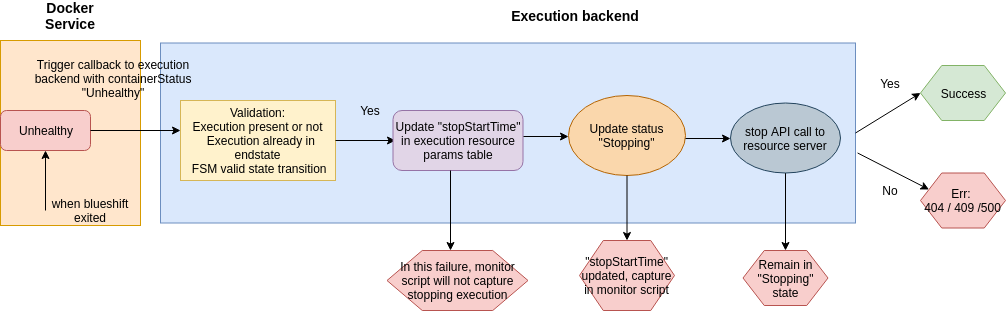
Earlier version of the draw.io export stop_unhealthy.png (prodipta/blueshift-resouce). Source tidied: cells renumbered, new cells last; positions are measured from the earlier drawing's top-left corner, leaving out a move shared by most shapes. Source of this version:
```xml
<mxGraphModel>
  <root>
    <mxCell id="0" />
    <mxCell id="1" parent="0" />
    <mxCell id="2" style="rounded=0;whiteSpace=wrap;html=1;fillColor=#dae8fc;strokeColor=#6c8ebf;" parent="1" vertex="1">
      <mxGeometry x="160" y="42.5" width="695" height="180" as="geometry" />
    </mxCell>
    <mxCell id="3" style="rounded=0;whiteSpace=wrap;html=1;fillColor=#ffe6cc;strokeColor=#d79b00;" parent="1" vertex="1">
      <mxGeometry y="40" width="140" height="185" as="geometry" />
    </mxCell>
    <mxCell id="4" value="Unhealthy" style="rounded=1;whiteSpace=wrap;html=1;fillColor=#f8cecc;strokeColor=#b85450;" parent="1" vertex="1">
      <mxGeometry y="110" width="90" height="40" as="geometry" />
    </mxCell>
    <mxCell id="5" style="endArrow=classic;html=1;entryX=0.5;entryY=1;entryDx=0;entryDy=0;" parent="1" edge="1" target="4">
      <mxGeometry relative="1" as="geometry">
        <mxPoint x="45" y="210" as="sourcePoint" />
      </mxGeometry>
    </mxCell>
    <mxCell id="6" value="when blueshift exited" style="text;html=1;strokeColor=none;fillColor=none;align=center;verticalAlign=middle;whiteSpace=wrap;rounded=0;" parent="1" vertex="1">
      <mxGeometry x="45" y="195" width="90" height="30" as="geometry" />
    </mxCell>
    <mxCell id="7" style="endArrow=classic;html=1;exitX=1;exitY=0.5;exitDx=0;exitDy=0;" parent="1" edge="1" source="4">
      <mxGeometry relative="1" as="geometry">
        <mxPoint x="180" y="130" as="targetPoint" />
      </mxGeometry>
    </mxCell>
    <mxCell id="8" value="Trigger callback to execution backend with containerStatus &quot;Unhealthy&quot;" style="text;html=1;strokeColor=none;fillColor=none;align=center;verticalAlign=middle;whiteSpace=wrap;rounded=0;" parent="1" vertex="1">
      <mxGeometry x="32.5" y="67.5" width="160" height="20" as="geometry" />
    </mxCell>
    <mxCell id="9" value="Validation:&lt;br&gt;Execution present or not&lt;br&gt;&amp;nbsp; Execution already in endstate&lt;br&gt;&amp;nbsp;FSM valid state transition" style="rounded=0;whiteSpace=wrap;html=1;fillColor=#fff2cc;strokeColor=#d6b656;" parent="1" vertex="1">
      <mxGeometry x="180" y="100" width="155" height="80" as="geometry" />
    </mxCell>
    <mxCell id="10" value="&lt;div&gt;Err: &lt;br&gt;&lt;/div&gt;&lt;div&gt;404 / 409 /500&lt;/div&gt;" style="shape=hexagon;perimeter=hexagonPerimeter2;whiteSpace=wrap;html=1;fillColor=#f8cecc;strokeColor=#b85450;" parent="1" vertex="1">
      <mxGeometry x="920" y="172.5" width="85" height="55" as="geometry" />
    </mxCell>
    <mxCell id="11" style="endArrow=classic;html=1;exitX=1;exitY=0.5;exitDx=0;exitDy=0;" parent="1" edge="1" source="9">
      <mxGeometry relative="1" as="geometry">
        <mxPoint x="395" y="140" as="targetPoint" />
      </mxGeometry>
    </mxCell>
    <mxCell id="12" value="Yes" style="text;html=1;strokeColor=none;fillColor=none;align=center;verticalAlign=middle;whiteSpace=wrap;rounded=0;" parent="1" vertex="1">
      <mxGeometry x="350" y="100" width="40" height="20" as="geometry" />
    </mxCell>
    <mxCell id="13" value="Execution backend" style="text;html=1;strokeColor=none;fillColor=none;align=center;verticalAlign=middle;whiteSpace=wrap;rounded=0;fontStyle=1;fontSize=14;" parent="1" vertex="1">
      <mxGeometry x="380" y="5" width="390" height="20" as="geometry" />
    </mxCell>
    <mxCell id="14" style="edgeStyle=orthogonalEdgeStyle;rounded=0;jettySize=auto;html=1;fontSize=14;" parent="1" edge="1" source="15">
      <mxGeometry relative="1" as="geometry">
        <mxPoint x="785" y="250" as="targetPoint" />
      </mxGeometry>
    </mxCell>
    <mxCell id="15" value="stop API call to resource server" style="ellipse;whiteSpace=wrap;html=1;fillColor=#bac8d3;strokeColor=#23445d;" parent="1" vertex="1">
      <mxGeometry x="730" y="102.5" width="110" height="70" as="geometry" />
    </mxCell>
    <mxCell id="16" value="Update &quot;stopStartTime&quot; in execution resource params table" style="rounded=1;whiteSpace=wrap;html=1;fillColor=#e1d5e7;strokeColor=#9673a6;" parent="1" vertex="1">
      <mxGeometry x="392.5" y="110" width="130" height="60" as="geometry" />
    </mxCell>
    <mxCell id="17" value="Success" style="shape=hexagon;perimeter=hexagonPerimeter2;whiteSpace=wrap;html=1;fillColor=#d5e8d4;strokeColor=#82b366;" parent="1" vertex="1">
      <mxGeometry x="920" y="65" width="85" height="55" as="geometry" />
    </mxCell>
    <mxCell id="18" value="Docker Service" style="text;html=1;strokeColor=none;fillColor=none;align=center;verticalAlign=middle;whiteSpace=wrap;rounded=0;fontStyle=1;fontSize=14;" parent="1" vertex="1">
      <mxGeometry x="30" width="80" height="30" as="geometry" />
    </mxCell>
    <mxCell id="19" style="endArrow=classic;html=1;entryX=0;entryY=0.25;entryDx=0;entryDy=0;exitX=1.003;exitY=0.611;exitDx=0;exitDy=0;exitPerimeter=0;" parent="1" edge="1" source="2" target="10">
      <mxGeometry relative="1" as="geometry" />
    </mxCell>
    <mxCell id="20" style="endArrow=classic;html=1;entryX=0;entryY=0.5;entryDx=0;entryDy=0;exitX=1;exitY=0.5;exitDx=0;exitDy=0;" parent="1" edge="1" source="2" target="17">
      <mxGeometry relative="1" as="geometry" />
    </mxCell>
    <mxCell id="21" value="Remain in &quot;Stopping&quot; state" style="shape=hexagon;perimeter=hexagonPerimeter2;whiteSpace=wrap;html=1;fillColor=#f8cecc;strokeColor=#b85450;" parent="1" vertex="1">
      <mxGeometry x="742.5" y="250" width="85" height="55" as="geometry" />
    </mxCell>
    <mxCell id="22" value="In this failure, monitor script will not capture stopping execution" style="shape=hexagon;perimeter=hexagonPerimeter2;whiteSpace=wrap;html=1;fillColor=#f8cecc;strokeColor=#b85450;" parent="1" vertex="1">
      <mxGeometry x="386.5" y="250" width="141" height="60" as="geometry" />
    </mxCell>
    <mxCell id="23" value="Update status &quot;Stopping&quot;" style="ellipse;whiteSpace=wrap;html=1;fillColor=#fad7ac;strokeColor=#b46504;" parent="1" vertex="1">
      <mxGeometry x="568" y="95" width="117" height="80" as="geometry" />
    </mxCell>
    <mxCell id="24" style="endArrow=classic;html=1;" parent="1" edge="1">
      <mxGeometry relative="1" as="geometry">
        <mxPoint x="523" y="136" as="sourcePoint" />
        <mxPoint x="568" y="136" as="targetPoint" />
      </mxGeometry>
    </mxCell>
    <mxCell id="25" value="Yes" style="text;html=1;strokeColor=none;fillColor=none;align=center;verticalAlign=middle;whiteSpace=wrap;rounded=0;" parent="1" vertex="1">
      <mxGeometry x="870" y="73" width="40" height="20" as="geometry" />
    </mxCell>
    <mxCell id="26" value="No" style="text;html=1;strokeColor=none;fillColor=none;align=center;verticalAlign=middle;whiteSpace=wrap;rounded=0;" parent="1" vertex="1">
      <mxGeometry x="870" y="180" width="40" height="20" as="geometry" />
    </mxCell>
    <mxCell id="27" value="&quot;stopStartTime&quot; updated, capture in monitor script" style="shape=hexagon;perimeter=hexagonPerimeter2;whiteSpace=wrap;html=1;fillColor=#f8cecc;strokeColor=#b85450;" parent="1" vertex="1">
      <mxGeometry x="579" y="240" width="95" height="70" as="geometry" />
    </mxCell>
    <mxCell id="28" style="edgeStyle=orthogonalEdgeStyle;rounded=0;jettySize=auto;html=1;fontSize=14;exitX=0.442;exitY=1;exitDx=0;exitDy=0;exitPerimeter=0;" parent="1" edge="1" source="16">
      <mxGeometry relative="1" as="geometry">
        <mxPoint x="450" y="250" as="targetPoint" />
      </mxGeometry>
    </mxCell>
    <mxCell id="29" style="endArrow=classic;html=1;exitX=0.5;exitY=1;exitDx=0;exitDy=0;entryX=0.5;entryY=0;entryDx=0;entryDy=0;" parent="1" edge="1" source="23" target="27">
      <mxGeometry relative="1" as="geometry" />
    </mxCell>
    <mxCell id="30" style="endArrow=classic;html=1;" parent="1" edge="1">
      <mxGeometry relative="1" as="geometry">
        <mxPoint x="685" y="138" as="sourcePoint" />
        <mxPoint x="730" y="138" as="targetPoint" />
      </mxGeometry>
    </mxCell>
  </root>
</mxGraphModel>
```
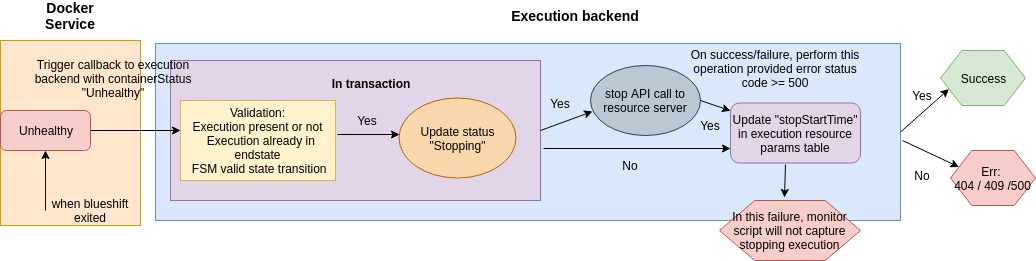
Later version of the same file.

Commit message:
updtae stop unhealthy trigger flow

What changed in the source:
```diff
@@ -3,8 +3,11 @@
     <mxCell id="0" />
     <mxCell id="1" parent="0" />
     <mxCell id="2" style="rounded=0;whiteSpace=wrap;html=1;fillColor=#dae8fc;strokeColor=#6c8ebf;" parent="1" vertex="1">
-      <mxGeometry x="160" y="42.5" width="695" height="180" as="geometry" />
+      <mxGeometry x="155" y="43" width="745" height="177" as="geometry" />
     </mxCell>
+    <mxCell id="31" style="rounded=0;whiteSpace=wrap;html=1;fillColor=#e1d5e7;strokeColor=#9673a6;" parent="1" vertex="1">
+      <mxGeometry x="170" y="60" width="370" height="140" as="geometry" />
+    </mxCell>
     <mxCell id="3" style="rounded=0;whiteSpace=wrap;html=1;fillColor=#ffe6cc;strokeColor=#d79b00;" parent="1" vertex="1">
       <mxGeometry y="40" width="140" height="185" as="geometry" />
     </mxCell>
@@ -31,79 +34,81 @@
       <mxGeometry x="180" y="100" width="155" height="80" as="geometry" />
     </mxCell>
     <mxCell id="10" value="&lt;div&gt;Err: &lt;br&gt;&lt;/div&gt;&lt;div&gt;404 / 409 /500&lt;/div&gt;" style="shape=hexagon;perimeter=hexagonPerimeter2;whiteSpace=wrap;html=1;fillColor=#f8cecc;strokeColor=#b85450;" parent="1" vertex="1">
-      <mxGeometry x="920" y="172.5" width="85" height="55" as="geometry" />
+      <mxGeometry x="950" y="150" width="85" height="55" as="geometry" />
     </mxCell>
-    <mxCell id="11" style="endArrow=classic;html=1;exitX=1;exitY=0.5;exitDx=0;exitDy=0;" parent="1" edge="1" source="9">
-      <mxGeometry relative="1" as="geometry">
-        <mxPoint x="395" y="140" as="targetPoint" />
-      </mxGeometry>
-    </mxCell>
     <mxCell id="12" value="Yes" style="text;html=1;strokeColor=none;fillColor=none;align=center;verticalAlign=middle;whiteSpace=wrap;rounded=0;" parent="1" vertex="1">
-      <mxGeometry x="350" y="100" width="40" height="20" as="geometry" />
+      <mxGeometry x="347" y="110" width="40" height="20" as="geometry" />
     </mxCell>
     <mxCell id="13" value="Execution backend" style="text;html=1;strokeColor=none;fillColor=none;align=center;verticalAlign=middle;whiteSpace=wrap;rounded=0;fontStyle=1;fontSize=14;" parent="1" vertex="1">
       <mxGeometry x="380" y="5" width="390" height="20" as="geometry" />
     </mxCell>
-    <mxCell id="14" style="edgeStyle=orthogonalEdgeStyle;rounded=0;jettySize=auto;html=1;fontSize=14;" parent="1" edge="1" source="15">
-      <mxGeometry relative="1" as="geometry">
-        <mxPoint x="785" y="250" as="targetPoint" />
-      </mxGeometry>
-    </mxCell>
     <mxCell id="15" value="stop API call to resource server" style="ellipse;whiteSpace=wrap;html=1;fillColor=#bac8d3;strokeColor=#23445d;" parent="1" vertex="1">
-      <mxGeometry x="730" y="102.5" width="110" height="70" as="geometry" />
+      <mxGeometry x="590" y="65" width="110" height="70" as="geometry" />
     </mxCell>
-    <mxCell id="16" value="Update &quot;stopStartTime&quot; in execution resource params table" style="rounded=1;whiteSpace=wrap;html=1;fillColor=#e1d5e7;strokeColor=#9673a6;" parent="1" vertex="1">
-      <mxGeometry x="392.5" y="110" width="130" height="60" as="geometry" />
-    </mxCell>
     <mxCell id="17" value="Success" style="shape=hexagon;perimeter=hexagonPerimeter2;whiteSpace=wrap;html=1;fillColor=#d5e8d4;strokeColor=#82b366;" parent="1" vertex="1">
-      <mxGeometry x="920" y="65" width="85" height="55" as="geometry" />
+      <mxGeometry x="940" y="50" width="85" height="55" as="geometry" />
     </mxCell>
     <mxCell id="18" value="Docker Service" style="text;html=1;strokeColor=none;fillColor=none;align=center;verticalAlign=middle;whiteSpace=wrap;rounded=0;fontStyle=1;fontSize=14;" parent="1" vertex="1">
       <mxGeometry x="30" width="80" height="30" as="geometry" />
     </mxCell>
-    <mxCell id="19" style="endArrow=classic;html=1;entryX=0;entryY=0.25;entryDx=0;entryDy=0;exitX=1.003;exitY=0.611;exitDx=0;exitDy=0;exitPerimeter=0;" parent="1" edge="1" source="2" target="10">
-      <mxGeometry relative="1" as="geometry" />
+    <mxCell id="19" style="endArrow=classic;html=1;entryX=0;entryY=0.25;entryDx=0;entryDy=0;" parent="1" edge="1" target="10">
+      <mxGeometry relative="1" as="geometry">
+        <mxPoint x="902" y="140" as="sourcePoint" />
+      </mxGeometry>
     </mxCell>
-    <mxCell id="20" style="endArrow=classic;html=1;entryX=0;entryY=0.5;entryDx=0;entryDy=0;exitX=1;exitY=0.5;exitDx=0;exitDy=0;" parent="1" edge="1" source="2" target="17">
+    <mxCell id="20" style="endArrow=classic;html=1;entryX=0;entryY=0.75;entryDx=0;entryDy=0;exitX=1;exitY=0.5;exitDx=0;exitDy=0;" parent="1" edge="1" source="2" target="17">
       <mxGeometry relative="1" as="geometry" />
     </mxCell>
-    <mxCell id="21" value="Remain in &quot;Stopping&quot; state" style="shape=hexagon;perimeter=hexagonPerimeter2;whiteSpace=wrap;html=1;fillColor=#f8cecc;strokeColor=#b85450;" parent="1" vertex="1">
-      <mxGeometry x="742.5" y="250" width="85" height="55" as="geometry" />
-    </mxCell>
     <mxCell id="22" value="In this failure, monitor script will not capture stopping execution" style="shape=hexagon;perimeter=hexagonPerimeter2;whiteSpace=wrap;html=1;fillColor=#f8cecc;strokeColor=#b85450;" parent="1" vertex="1">
-      <mxGeometry x="386.5" y="250" width="141" height="60" as="geometry" />
+      <mxGeometry x="719" y="200" width="141" height="60" as="geometry" />
     </mxCell>
     <mxCell id="23" value="Update status &quot;Stopping&quot;" style="ellipse;whiteSpace=wrap;html=1;fillColor=#fad7ac;strokeColor=#b46504;" parent="1" vertex="1">
-      <mxGeometry x="568" y="95" width="117" height="80" as="geometry" />
+      <mxGeometry x="398.5" y="97.5" width="117" height="80" as="geometry" />
     </mxCell>
-    <mxCell id="24" style="endArrow=classic;html=1;" parent="1" edge="1">
-      <mxGeometry relative="1" as="geometry">
-        <mxPoint x="523" y="136" as="sourcePoint" />
-        <mxPoint x="568" y="136" as="targetPoint" />
-      </mxGeometry>
-    </mxCell>
     <mxCell id="25" value="Yes" style="text;html=1;strokeColor=none;fillColor=none;align=center;verticalAlign=middle;whiteSpace=wrap;rounded=0;" parent="1" vertex="1">
-      <mxGeometry x="870" y="73" width="40" height="20" as="geometry" />
+      <mxGeometry x="902" y="85" width="40" height="20" as="geometry" />
     </mxCell>
     <mxCell id="26" value="No" style="text;html=1;strokeColor=none;fillColor=none;align=center;verticalAlign=middle;whiteSpace=wrap;rounded=0;" parent="1" vertex="1">
-      <mxGeometry x="870" y="180" width="40" height="20" as="geometry" />
+      <mxGeometry x="902" y="165" width="40" height="20" as="geometry" />
     </mxCell>
-    <mxCell id="27" value="&quot;stopStartTime&quot; updated, capture in monitor script" style="shape=hexagon;perimeter=hexagonPerimeter2;whiteSpace=wrap;html=1;fillColor=#f8cecc;strokeColor=#b85450;" parent="1" vertex="1">
-      <mxGeometry x="579" y="240" width="95" height="70" as="geometry" />
-    </mxCell>
-    <mxCell id="28" style="edgeStyle=orthogonalEdgeStyle;rounded=0;jettySize=auto;html=1;fontSize=14;exitX=0.442;exitY=1;exitDx=0;exitDy=0;exitPerimeter=0;" parent="1" edge="1" source="16">
-      <mxGeometry relative="1" as="geometry">
-        <mxPoint x="450" y="250" as="targetPoint" />
-      </mxGeometry>
-    </mxCell>
-    <mxCell id="29" style="endArrow=classic;html=1;exitX=0.5;exitY=1;exitDx=0;exitDy=0;entryX=0.5;entryY=0;entryDx=0;entryDy=0;" parent="1" edge="1" source="23" target="27">
-      <mxGeometry relative="1" as="geometry" />
-    </mxCell>
-    <mxCell id="30" style="endArrow=classic;html=1;" parent="1" edge="1">
-      <mxGeometry relative="1" as="geometry">
-        <mxPoint x="685" y="138" as="sourcePoint" />
-        <mxPoint x="730" y="138" as="targetPoint" />
-      </mxGeometry>
+    <mxCell id="30" style="endArrow=classic;html=1;exitX=1;exitY=0.5;exitDx=0;exitDy=0;" parent="1" edge="1" source="15" target="16">
+      <mxGeometry relative="1" as="geometry" />
     </mxCell>
+    <mxCell id="16" value="Update &quot;stopStartTime&quot; in execution resource params table" style="rounded=1;whiteSpace=wrap;html=1;fillColor=#e1d5e7;strokeColor=#9673a6;" parent="1" vertex="1">
+      <mxGeometry x="730" y="102.5" width="130" height="60" as="geometry" />
+    </mxCell>
+    <mxCell id="32" value="In transaction" style="text;html=1;strokeColor=none;fillColor=none;align=center;verticalAlign=middle;whiteSpace=wrap;rounded=0;fontStyle=1;" parent="1" vertex="1">
+      <mxGeometry x="320" y="73" width="100" height="20" as="geometry" />
+    </mxCell>
+    <mxCell id="33" style="endArrow=classic;html=1;exitX=1;exitY=0.5;exitDx=0;exitDy=0;entryX=0.018;entryY=0.657;entryDx=0;entryDy=0;entryPerimeter=0;" parent="1" edge="1" source="31" target="15">
+      <mxGeometry relative="1" as="geometry" />
+    </mxCell>
+    <mxCell id="34" style="endArrow=classic;html=1;exitX=0.423;exitY=1.025;exitDx=0;exitDy=0;entryX=0.461;entryY=-0.05;entryDx=0;entryDy=0;exitPerimeter=0;entryPerimeter=0;" parent="1" edge="1" source="16" target="22">
+      <mxGeometry relative="1" as="geometry" />
+    </mxCell>
+    <mxCell id="35" value="On success/failure, perform this operation provided error status code &amp;gt;= 500" style="text;html=1;strokeColor=none;fillColor=none;align=center;verticalAlign=middle;whiteSpace=wrap;rounded=0;" parent="1" vertex="1">
+      <mxGeometry x="685" y="57.5" width="180" height="20" as="geometry" />
+    </mxCell>
+    <mxCell id="36" style="endArrow=classic;html=1;" parent="1" edge="1">
+      <mxGeometry relative="1" as="geometry">
+        <mxPoint x="337" y="134" as="sourcePoint" />
+        <mxPoint x="399" y="134" as="targetPoint" />
+      </mxGeometry>
+    </mxCell>
+    <mxCell id="37" value="Yes" style="text;html=1;strokeColor=none;fillColor=none;align=center;verticalAlign=middle;whiteSpace=wrap;rounded=0;" parent="1" vertex="1">
+      <mxGeometry x="540" y="92.5" width="40" height="20" as="geometry" />
+    </mxCell>
+    <mxCell id="38" style="endArrow=classic;html=1;" parent="1" edge="1">
+      <mxGeometry relative="1" as="geometry">
+        <mxPoint x="543" y="148" as="sourcePoint" />
+        <mxPoint x="730" y="148" as="targetPoint" />
+      </mxGeometry>
+    </mxCell>
+    <mxCell id="39" value="No" style="text;html=1;strokeColor=none;fillColor=none;align=center;verticalAlign=middle;whiteSpace=wrap;rounded=0;" parent="1" vertex="1">
+      <mxGeometry x="610" y="155" width="40" height="20" as="geometry" />
+    </mxCell>
+    <mxCell id="40" value="Yes" style="text;html=1;strokeColor=none;fillColor=none;align=center;verticalAlign=middle;whiteSpace=wrap;rounded=0;" parent="1" vertex="1">
+      <mxGeometry x="690" y="115" width="40" height="20" as="geometry" />
+    </mxCell>
   </root>
 </mxGraphModel>
```
